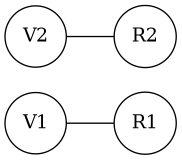
Earlier version of the Graphviz export Fase3/AutoGestPro/Reportes/ReporteGrafo.png (0520Jose/-EDD-1S2025_202300539). Its source is kept beside it as Fase3/AutoGestPro/Reportes/ReporteGrafo.dot.
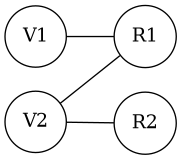
The same file after the commit.

Change to the diagram source:
```diff
@@ -5,6 +5,8 @@
     R1 [label="R1"];
     V1 -- R1;
     V2 [label="V2"];
+    R1 [label="R1"];
+    V2 -- R1;
     R2 [label="R2"];
     V2 -- R2;
 }
```
